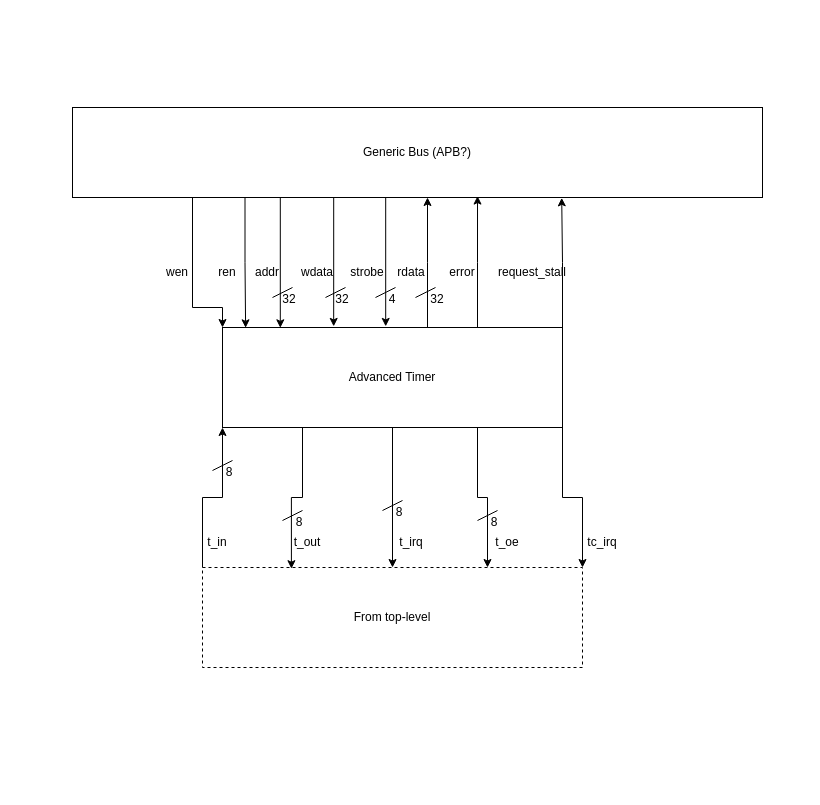
This is page "Top-level" (1 of 4) of Timer/Timer.drawio from leung55/SoCET, a draw.io file, before an edit. Source tidied: cells renumbered, new cells numbered last; positions are measured from the earlier drawing's top-left corner, leaving out a move shared by most shapes. Both pictures are drawn from the tidied source at 100%, with x=0, y=0 at pixel (72, 107).
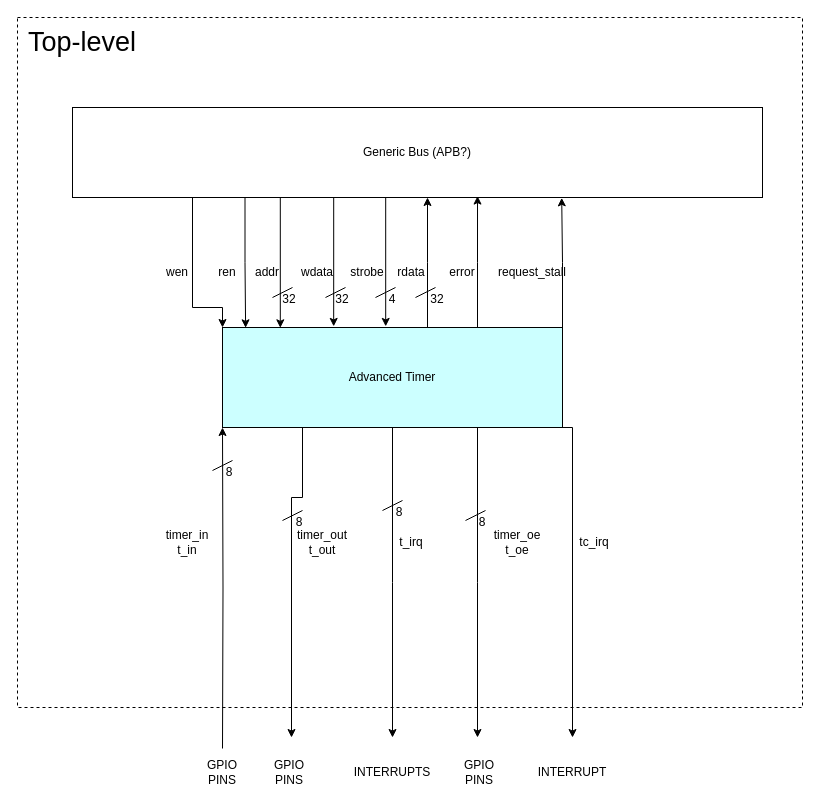
Above is the later version.

The edit, as a diff of the source:
```diff
@@
+    <mxCell id="52" style="rounded=0;whiteSpace=wrap;html=1;dashed=1;" parent="1" vertex="1">
+      <mxGeometry x="-55" y="-90" width="785" height="690" as="geometry" />
+    </mxCell>
@@
-    <mxCell id="5" style="edgeStyle=orthogonalEdgeStyle;rounded=0;jettySize=auto;html=1;exitX=0.5;exitY=1;exitDx=0;exitDy=0;entryX=0.5;entryY=0;entryDx=0;entryDy=0;" parent="1" edge="1" source="8" target="29">
-      <mxGeometry relative="1" as="geometry" />
+    <mxCell id="5" style="edgeStyle=orthogonalEdgeStyle;rounded=0;jettySize=auto;html=1;exitX=0.5;exitY=1;exitDx=0;exitDy=0;" parent="1" edge="1" source="8">
+      <mxGeometry relative="1" as="geometry">
+        <mxPoint x="320" y="630" as="targetPoint" />
+      </mxGeometry>
     </mxCell>
-    <mxCell id="6" style="edgeStyle=orthogonalEdgeStyle;rounded=0;jettySize=auto;html=1;exitX=0.75;exitY=1;exitDx=0;exitDy=0;entryX=0.75;entryY=0;entryDx=0;entryDy=0;" parent="1" edge="1" source="8" target="29">
-      <mxGeometry relative="1" as="geometry" />
+    <mxCell id="6" style="edgeStyle=orthogonalEdgeStyle;rounded=0;jettySize=auto;html=1;exitX=0.75;exitY=1;exitDx=0;exitDy=0;" parent="1" edge="1" source="8">
+      <mxGeometry relative="1" as="geometry">
+        <mxPoint x="405" y="630" as="targetPoint" />
+      </mxGeometry>
     </mxCell>
-    <mxCell id="7" style="edgeStyle=orthogonalEdgeStyle;rounded=0;jettySize=auto;html=1;exitX=1;exitY=1;exitDx=0;exitDy=0;entryX=1;entryY=0;entryDx=0;entryDy=0;" parent="1" edge="1" source="8" target="29">
-      <mxGeometry relative="1" as="geometry" />
+    <mxCell id="7" style="edgeStyle=orthogonalEdgeStyle;rounded=0;jettySize=auto;html=1;exitX=1;exitY=1;exitDx=0;exitDy=0;" parent="1" edge="1" source="8">
+      <mxGeometry relative="1" as="geometry">
+        <mxPoint x="500" y="630" as="targetPoint" />
+        <Array as="points">
+          <mxPoint x="500" y="320" />
+        </Array>
+      </mxGeometry>
     </mxCell>
-    <mxCell id="8" value="Advanced Timer" style="rounded=0;whiteSpace=wrap;html=1;" parent="1" vertex="1">
+    <mxCell id="8" value="Advanced Timer" style="rounded=0;whiteSpace=wrap;html=1;fillColor=#CCFFFF;" parent="1" vertex="1">
       <mxGeometry x="150" y="220" width="340" height="100" as="geometry" />
     </mxCell>
@@
-    <mxCell id="29" value="From top-level" style="rounded=0;whiteSpace=wrap;html=1;dashed=1;" parent="1" vertex="1">
-      <mxGeometry x="130" y="460" width="380" height="100" as="geometry" />
-    </mxCell>
-    <mxCell id="30" style="edgeStyle=orthogonalEdgeStyle;rounded=0;jettySize=auto;html=1;exitX=0;exitY=0;exitDx=0;exitDy=0;entryX=0;entryY=1;entryDx=0;entryDy=0;" parent="1" edge="1" source="29" target="8">
-      <mxGeometry relative="1" as="geometry" />
+    <mxCell id="30" style="edgeStyle=orthogonalEdgeStyle;rounded=0;jettySize=auto;html=1;entryX=0;entryY=1;entryDx=0;entryDy=0;" parent="1" edge="1" target="8">
+      <mxGeometry relative="1" as="geometry">
+        <mxPoint x="150" y="641" as="sourcePoint" />
+      </mxGeometry>
     </mxCell>
-    <mxCell id="31" style="edgeStyle=orthogonalEdgeStyle;rounded=0;jettySize=auto;html=1;exitX=0.25;exitY=1;exitDx=0;exitDy=0;entryX=0.234;entryY=0.012;entryDx=0;entryDy=0;entryPerimeter=0;" parent="1" edge="1" source="8" target="29">
+    <mxCell id="31" style="edgeStyle=orthogonalEdgeStyle;rounded=0;jettySize=auto;html=1;exitX=0.25;exitY=1;exitDx=0;exitDy=0;" parent="1" edge="1" source="8">
       <mxGeometry relative="1" as="geometry">
+        <mxPoint x="219" y="630" as="targetPoint" />
         <Array as="points">
           <mxPoint x="230" y="320" />
           <mxPoint x="230" y="390" />
         </Array>
       </mxGeometry>
     </mxCell>
-    <mxCell id="32" value="t_in" style="text;html=1;align=center;verticalAlign=middle;whiteSpace=wrap;rounded=0;" parent="1" vertex="1">
-      <mxGeometry x="130" y="420" width="30" height="30" as="geometry" />
+    <mxCell id="32" value="&lt;div&gt;timer_in&lt;/div&gt;&lt;div&gt;t_in&lt;/div&gt;" style="text;html=1;align=center;verticalAlign=middle;whiteSpace=wrap;rounded=0;" parent="1" vertex="1">
+      <mxGeometry x="90" y="420" width="50" height="30" as="geometry" />
     </mxCell>
-    <mxCell id="33" value="t_out" style="text;html=1;align=center;verticalAlign=middle;whiteSpace=wrap;rounded=0;" parent="1" vertex="1">
-      <mxGeometry x="220" y="420" width="30" height="30" as="geometry" />
+    <mxCell id="33" value="timer_out&lt;div&gt;t_out&lt;/div&gt;" style="text;html=1;align=center;verticalAlign=middle;whiteSpace=wrap;rounded=0;" parent="1" vertex="1">
+      <mxGeometry x="220" y="420" width="60" height="30" as="geometry" />
     </mxCell>
@@
     <mxCell id="35" value="tc_irq" style="text;html=1;align=center;verticalAlign=middle;whiteSpace=wrap;rounded=0;" parent="1" vertex="1">
-      <mxGeometry x="515" y="420" width="30" height="30" as="geometry" />
+      <mxGeometry x="507" y="420" width="30" height="30" as="geometry" />
     </mxCell>
-    <mxCell id="36" value="t_oe" style="text;html=1;align=center;verticalAlign=middle;whiteSpace=wrap;rounded=0;" parent="1" vertex="1">
-      <mxGeometry x="420" y="420" width="30" height="30" as="geometry" />
+    <mxCell id="36" value="&lt;div&gt;timer_oe&lt;/div&gt;&lt;div&gt;t_oe&lt;/div&gt;" style="text;html=1;align=center;verticalAlign=middle;whiteSpace=wrap;rounded=0;" parent="1" vertex="1">
+      <mxGeometry x="420" y="420" width="50" height="30" as="geometry" />
     </mxCell>
@@
     <mxCell id="49" style="group;" parent="1" vertex="1">
-      <mxGeometry x="405" y="400" width="27" height="30" as="geometry" />
+      <mxGeometry x="393" y="400" width="27" height="30" as="geometry" />
     </mxCell>
@@
+    <mxCell id="53" value="GPIO PINS" style="text;html=1;align=center;verticalAlign=middle;whiteSpace=wrap;rounded=0;" parent="1" vertex="1">
+      <mxGeometry x="120" y="650" width="60" height="30" as="geometry" />
+    </mxCell>
+    <mxCell id="54" value="GPIO PINS" style="text;html=1;align=center;verticalAlign=middle;whiteSpace=wrap;rounded=0;" parent="1" vertex="1">
+      <mxGeometry x="187" y="650" width="60" height="30" as="geometry" />
+    </mxCell>
+    <mxCell id="55" value="GPIO PINS" style="text;html=1;align=center;verticalAlign=middle;whiteSpace=wrap;rounded=0;" parent="1" vertex="1">
+      <mxGeometry x="376.5" y="650" width="60" height="30" as="geometry" />
+    </mxCell>
+    <mxCell id="56" value="INTERRUPTS" style="text;html=1;align=center;verticalAlign=middle;whiteSpace=wrap;rounded=0;" parent="1" vertex="1">
+      <mxGeometry x="290" y="650" width="60" height="30" as="geometry" />
+    </mxCell>
+    <mxCell id="57" value="INTERRUPT" style="text;html=1;align=center;verticalAlign=middle;whiteSpace=wrap;rounded=0;" parent="1" vertex="1">
+      <mxGeometry x="470" y="650" width="60" height="30" as="geometry" />
+    </mxCell>
+    <mxCell id="58" value="&lt;font style=&quot;font-size: 27px;&quot;&gt;Top-level&lt;/font&gt;" style="text;html=1;align=center;verticalAlign=middle;whiteSpace=wrap;rounded=0;" parent="1" vertex="1">
+      <mxGeometry x="-50" y="-80" width="120" height="30" as="geometry" />
+    </mxCell>
```
